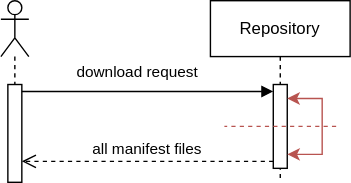
Deric-W/vinculum keeps this draw.io diagram as paper/figures/retrieval_cases.drawio.svg. Above is the earlier version. Source tidied: cells renumbered, new cells last; positions are measured from the earlier drawing's top-left corner, leaving out a move shared by most shapes.
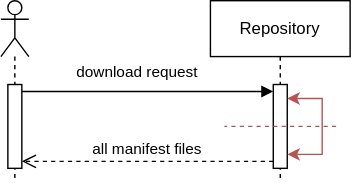
The same file after the commit.

What changed in the source:
```diff
@@ -2,30 +2,30 @@
   <root>
     <mxCell id="0" />
     <mxCell id="1" parent="0" />
-    <mxCell id="2" style="shape=umlLifeline;perimeter=lifelinePerimeter;whiteSpace=wrap;newEdgeStyle={&quot;curved&quot;:0,&quot;rounded&quot;:0};participant=umlActor;" parent="1" vertex="1">
-      <mxGeometry width="20" height="130" as="geometry" />
-    </mxCell>
-    <mxCell id="3" style="points=[[0,0,0,0,5],[0,1,0,0,-5],[1,0,0,0,5],[1,1,0,0,-5]];perimeter=orthogonalPerimeter;outlineConnect=0;targetShapes=umlLifeline;portConstraint=eastwest;newEdgeStyle={&quot;curved&quot;:0,&quot;rounded&quot;:0};" parent="2" vertex="1">
-      <mxGeometry x="5" y="60" width="10" height="70" as="geometry" />
-    </mxCell>
+    <mxCell id="10" style="shape=umlLifeline;perimeter=lifelinePerimeter;whiteSpace=wrap;newEdgeStyle={&quot;curved&quot;:0,&quot;rounded&quot;:0};participant=umlActor;" parent="1" vertex="1">
+      <mxGeometry width="20" height="130" as="geometry" />
+    </mxCell>
+    <mxCell id="11" style="points=[[0,0,0,0,5],[0,1,0,0,-5],[1,0,0,0,5],[1,1,0,0,-5]];perimeter=orthogonalPerimeter;outlineConnect=0;targetShapes=umlLifeline;portConstraint=eastwest;newEdgeStyle={&quot;curved&quot;:0,&quot;rounded&quot;:0};" parent="10" vertex="1">
+      <mxGeometry x="5" y="60" width="10" height="60" as="geometry" />
+    </mxCell>
     <mxCell id="4" value="Repository" style="shape=umlLifeline;perimeter=lifelinePerimeter;whiteSpace=wrap;newEdgeStyle={&quot;curved&quot;:0,&quot;rounded&quot;:0};" parent="1" vertex="1">
       <mxGeometry x="150" width="100" height="130" as="geometry" />
     </mxCell>
     <mxCell id="5" style="points=[[0,0,0,0,5],[0,1,0,0,-5],[1,0,0,0,5],[1,1,0,0,-5]];perimeter=orthogonalPerimeter;outlineConnect=0;targetShapes=umlLifeline;portConstraint=eastwest;newEdgeStyle={&quot;curved&quot;:0,&quot;rounded&quot;:0};" parent="4" vertex="1">
       <mxGeometry x="45" y="60" width="10" height="60" as="geometry" />
     </mxCell>
-    <mxCell id="6" value="download request" style="verticalAlign=bottom;endArrow=block;curved=0;rounded=0;entryX=0;entryY=0;entryDx=0;entryDy=5;exitX=1;exitY=0;exitDx=0;exitDy=5;exitPerimeter=0;" parent="1" edge="1" source="3" target="5">
+    <mxCell id="6" value="download request" style="verticalAlign=bottom;endArrow=block;curved=0;rounded=0;entryX=0;entryY=0;entryDx=0;entryDy=5;exitX=1;exitY=0;exitDx=0;exitDy=5;exitPerimeter=0;" parent="1" edge="1" source="11" target="5">
       <mxGeometry x="-0.08" y="5" relative="1" as="geometry" />
     </mxCell>
-    <mxCell id="7" value="all manifest files" style="verticalAlign=bottom;endArrow=open;dashed=1;endSize=8;curved=0;rounded=0;exitX=0;exitY=1;exitDx=0;exitDy=-5;" parent="1" edge="1" source="5" target="3">
+    <mxCell id="7" value="all manifest files" style="verticalAlign=bottom;endArrow=open;dashed=1;endSize=8;curved=0;rounded=0;exitX=0;exitY=1;exitDx=0;exitDy=-5;" parent="1" edge="1" source="5" target="11">
       <mxGeometry relative="1" as="geometry" />
     </mxCell>
-    <mxCell id="8" style="endArrow=none;rounded=0;fillColor=#f8cecc;strokeColor=#b85450;dashed=1;" parent="1" edge="1">
-      <mxGeometry relative="1" as="geometry">
-        <mxPoint x="240" y="90" as="sourcePoint" />
-        <mxPoint x="160" y="90" as="targetPoint" />
-      </mxGeometry>
-    </mxCell>
+    <mxCell id="12" style="endArrow=none;rounded=0;fillColor=#f8cecc;strokeColor=#b85450;dashed=1;" parent="1" edge="1">
+      <mxGeometry relative="1" as="geometry">
+        <mxPoint x="240" y="90" as="sourcePoint" />
+        <mxPoint x="160" y="90" as="targetPoint" />
+      </mxGeometry>
+    </mxCell>
     <mxCell id="9" style="endArrow=classic;rounded=0;startArrow=classic;startFill=1;fillColor=#f8cecc;strokeColor=#b85450;" parent="1" edge="1" source="5" target="5">
       <mxGeometry relative="1" as="geometry">
         <Array as="points">
```
